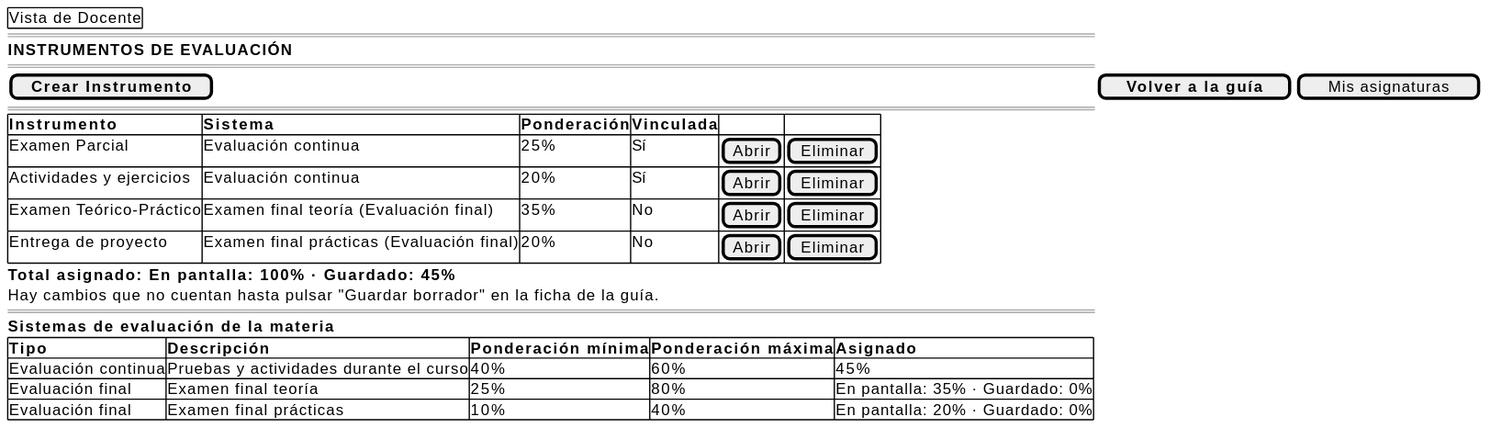
This is images/RUP/01-requisitos/03-detalle-casos-uso/abrirPonderacionesEvaluacion/wireframe.svg from mmasias/pyCeldaPublico, a PlantUML export, as it was before one commit.
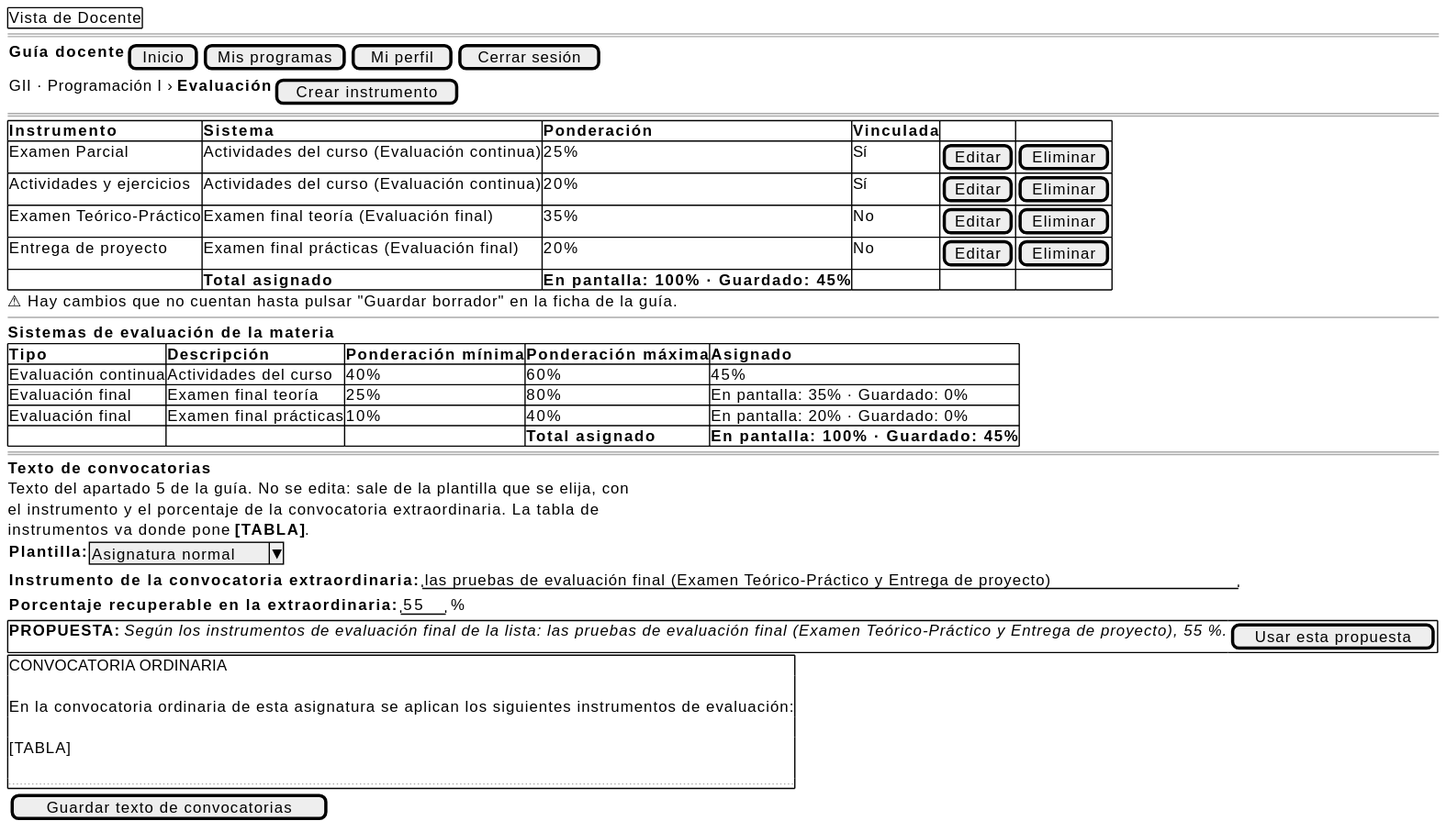
Later version of the same file.

What changed in the source:
```diff
@@ -2,26 +2,47 @@
 {
     {+ Vista de Docente }
     ====
-    <b>INSTRUMENTOS DE EVALUACIÓN</b>
-    ====
-    [ <b>Crear Instrumento</b> ] | [ <b>Volver a la guía</b> ] | [ Mis asignaturas ]
+    {<b>Guía docente</b> | [Inicio] | [Mis programas] | [Mi perfil] | [Cerrar sesión]}
+    {GII · Programación I › <b>Evaluación</b> | [Crear instrumento]}
     ====
     {#
         <b>Instrumento | <b>Sistema | <b>Ponderación | <b>Vinculada | . | .
-        Examen Parcial | Evaluación continua | 25% | Sí | [Abrir] | [Eliminar]
-        Actividades y ejercicios | Evaluación continua | 20% | Sí | [Abrir] | [Eliminar]
-        Examen Teórico-Práctico | Examen final teoría (Evaluación final) | 35% | No | [Abrir] | [Eliminar]
-        Entrega de proyecto | Examen final prácticas (Evaluación final) | 20% | No | [Abrir] | [Eliminar]
+        Examen Parcial | Actividades del curso (Evaluación continua) | 25% | Sí | [Editar] | [Eliminar]
+        Actividades y ejercicios | Actividades del curso (Evaluación continua) | 20% | Sí | [Editar] | [Eliminar]
+        Examen Teórico-Práctico | Examen final teoría (Evaluación final) | 35% | No | [Editar] | [Eliminar]
+        Entrega de proyecto | Examen final prácticas (Evaluación final) | 20% | No | [Editar] | [Eliminar]
+        . | <b>Total asignado</b> | <b>En pantalla: 100% · Guardado: 45%</b> | . | . | .
     }
-    <b>Total asignado: En pantalla: 100% · Guardado: 45%</b>
-    Hay cambios que no cuentan hasta pulsar "Guardar borrador" en la ficha de la guía.
-    ====
+    ⚠ Hay cambios que no cuentan hasta pulsar "Guardar borrador" en la ficha de la guía.
+    --
     <b>Sistemas de evaluación de la materia</b>
     {#
         <b>Tipo | <b>Descripción | <b>Ponderación mínima | <b>Ponderación máxima | <b>Asignado
-        Evaluación continua | Pruebas y actividades durante el curso | 40% | 60% | 45%
+        Evaluación continua | Actividades del curso | 40% | 60% | 45%
         Evaluación final | Examen final teoría | 25% | 80% | En pantalla: 35% · Guardado: 0%
         Evaluación final | Examen final prácticas | 10% | 40% | En pantalla: 20% · Guardado: 0%
+        . | . | . | <b>Total asignado</b> | <b>En pantalla: 100% · Guardado: 45%</b>
     }
+    ====
+    <b>Texto de convocatorias</b>
+    Texto del apartado 5 de la guía. No se edita: sale de la plantilla que se elija, con
+    el instrumento y el porcentaje de la convocatoria extraordinaria. La tabla de
+    instrumentos va donde pone <b>&#91;TABLA]</b>.
+    {<b>Plantilla:</b> | ^Asignatura normal^}
+    {<b>Instrumento de la convocatoria extraordinaria:</b> | "las pruebas de evaluación final (Examen Teórico-Práctico y Entrega de proyecto)"}
+    {<b>Porcentaje recuperable en la extraordinaria:</b> | "55  " | %}
+    {+
+        <b>PROPUESTA:</b> <i>Según los instrumentos de evaluación final de la lista: las pruebas de evaluación final (Examen Teórico-Práctico y Entrega de proyecto), 55 %.</i> | [Usar esta propuesta]
+    }
+    {+
+        CONVOCATORIA ORDINARIA
+        .
+        En la convocatoria ordinaria de esta asignatura se aplican los siguientes instrumentos de evaluación:
+        .
+        &#91;TABLA]
+        .
+        ...
+    }
+    {[Guardar texto de convocatorias]}
 }
 @endsalt
```
